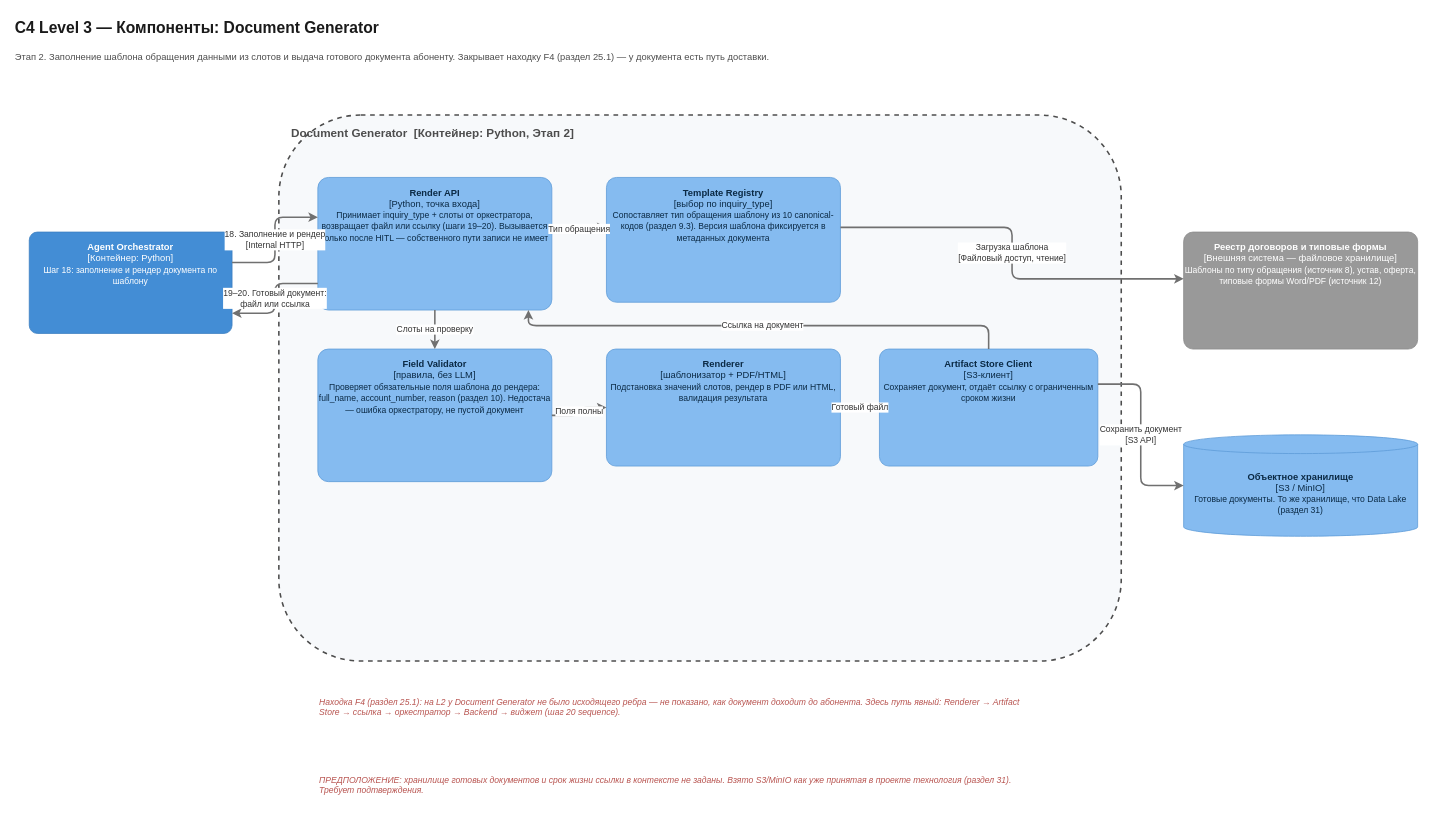
barinoff1989/vodokanal-assistant keeps this draw.io diagram as AI_docs/C3/C4_L3_DocGen.drawio. Above is the earlier version. Source tidied: cells renumbered, new cells numbered last; positions are measured from the earlier drawing's top-left corner, leaving out a move shared by most shapes. Both pictures are drawn from the tidied source at 78%, with x=0, y=0 at pixel (13, 13).
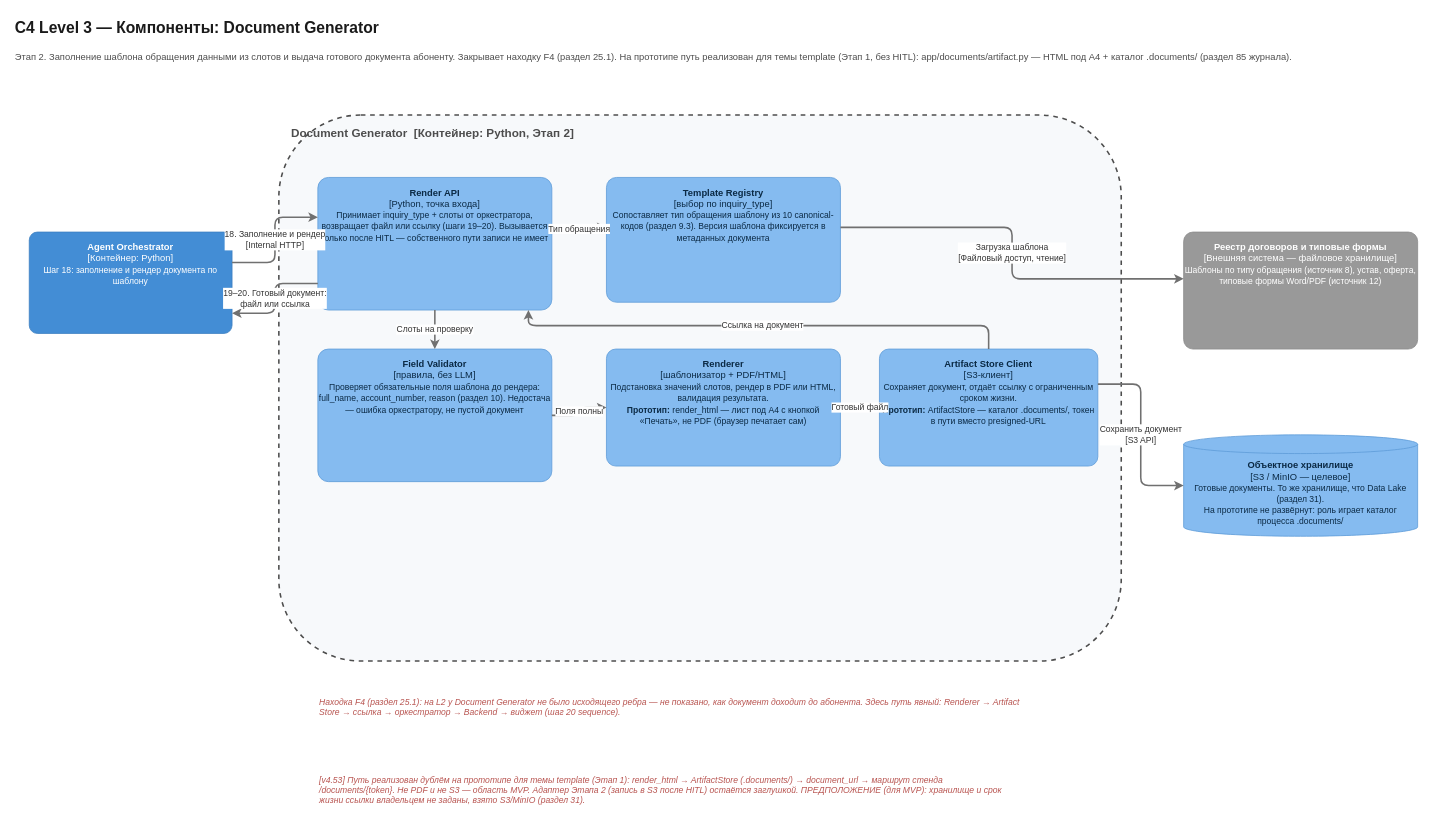
After the change.

Commit message (it also covers changes not shown here):
Диаграммы: Document Generator и Document Panel реализованы на прототипе

The edit, as a diff of the source:
```diff
@@
-    <mxCell id="3" value="Этап 2. Заполнение шаблона обращения данными из слотов и выдача готового документа абоненту. Закрывает находку F4 (раздел 25.1) — у документа есть путь доставки." style="text;html=1;align=left;verticalAlign=middle;fontSize=12;fontColor=#4D4D4D;whiteSpace=wrap;" parent="1" vertex="1">
+    <mxCell id="3" value="Этап 2. Заполнение шаблона обращения данными из слотов и выдача готового документа абоненту. Закрывает находку F4 (раздел 25.1). На прототипе путь реализован для темы template (Этап 1, без HITL): app/documents/artifact.py — HTML под A4 + каталог .documents/ (раздел 85 журнала)." style="text;html=1;align=left;verticalAlign=middle;fontSize=12;fontColor=#4D4D4D;whiteSpace=wrap;" parent="1" vertex="1">
       <mxGeometry y="36" width="1820" height="40" as="geometry" />
     </mxCell>
@@
-    <mxCell id="7" value="&lt;b&gt;Объектное хранилище&lt;/b&gt;&lt;br&gt;[S3 / MinIO]&lt;br&gt;&lt;font style=&quot;font-size:11px&quot;&gt;Готовые документы. То же хранилище, что Data Lake (раздел 31)&lt;/font&gt;" style="shape=cylinder3;whiteSpace=wrap;html=1;boundedLbl=1;backgroundOutline=1;size=12;fillColor=#85BBF0;strokeColor=#5D9BD8;fontColor=#0B2A45;fontSize=12;" parent="1" vertex="1">
+    <mxCell id="7" value="&lt;b&gt;Объектное хранилище&lt;/b&gt;&lt;br&gt;[S3 / MinIO — целевое]&lt;br&gt;&lt;font style=&quot;font-size:11px&quot;&gt;Готовые документы. То же хранилище, что Data Lake (раздел 31).&lt;br&gt;На прототипе не развёрнут: роль играет каталог процесса .documents/&lt;/font&gt;" style="shape=cylinder3;whiteSpace=wrap;html=1;boundedLbl=1;backgroundOutline=1;size=12;fillColor=#85BBF0;strokeColor=#5D9BD8;fontColor=#0B2A45;fontSize=12;" parent="1" vertex="1">
       <mxGeometry x="1500" y="540" width="300" height="130" as="geometry" />
     </mxCell>
@@
-    <mxCell id="11" value="&lt;b&gt;Renderer&lt;/b&gt;&lt;br&gt;[шаблонизатор + PDF/HTML]&lt;br&gt;&lt;font style=&quot;font-size:11px&quot;&gt;Подстановка значений слотов, рендер в PDF или HTML, валидация результата&lt;/font&gt;" style="rounded=1;whiteSpace=wrap;html=1;arcSize=8;fontSize=12;verticalAlign=top;spacingTop=6;fillColor=#85BBF0;strokeColor=#5D9BD8;fontColor=#0B2A45;" parent="1" vertex="1">
+    <mxCell id="11" value="&lt;b&gt;Renderer&lt;/b&gt;&lt;br&gt;[шаблонизатор + PDF/HTML]&lt;br&gt;&lt;font style=&quot;font-size:11px&quot;&gt;Подстановка значений слотов, рендер в PDF или HTML, валидация результата.&lt;br&gt;&lt;b&gt;Прототип:&lt;/b&gt; render_html — лист под A4 с кнопкой «Печать», не PDF (браузер печатает сам)&lt;/font&gt;" style="rounded=1;whiteSpace=wrap;html=1;arcSize=8;fontSize=12;verticalAlign=top;spacingTop=6;fillColor=#85BBF0;strokeColor=#5D9BD8;fontColor=#0B2A45;" parent="1" vertex="1">
       <mxGeometry x="760" y="430" width="300" height="150" as="geometry" />
     </mxCell>
-    <mxCell id="12" value="&lt;b&gt;Artifact Store Client&lt;/b&gt;&lt;br&gt;[S3-клиент]&lt;br&gt;&lt;font style=&quot;font-size:11px&quot;&gt;Сохраняет документ, отдаёт ссылку с ограниченным сроком жизни&lt;/font&gt;" style="rounded=1;whiteSpace=wrap;html=1;arcSize=8;fontSize=12;verticalAlign=top;spacingTop=6;fillColor=#85BBF0;strokeColor=#5D9BD8;fontColor=#0B2A45;" parent="1" vertex="1">
+    <mxCell id="12" value="&lt;b&gt;Artifact Store Client&lt;/b&gt;&lt;br&gt;[S3-клиент]&lt;br&gt;&lt;font style=&quot;font-size:11px&quot;&gt;Сохраняет документ, отдаёт ссылку с ограниченным сроком жизни.&lt;br&gt;&lt;b&gt;Прототип:&lt;/b&gt; ArtifactStore — каталог .documents/, токен в пути вместо presigned-URL&lt;/font&gt;" style="rounded=1;whiteSpace=wrap;html=1;arcSize=8;fontSize=12;verticalAlign=top;spacingTop=6;fillColor=#85BBF0;strokeColor=#5D9BD8;fontColor=#0B2A45;" parent="1" vertex="1">
       <mxGeometry x="1110" y="430" width="280" height="150" as="geometry" />
     </mxCell>
@@
-    <mxCell id="23" value="ПРЕДПОЛОЖЕНИЕ: хранилище готовых документов и срок жизни ссылки в контексте не заданы. Взято S3/MinIO как уже принятая в проекте технология (раздел 31). Требует подтверждения." style="text;html=1;align=left;verticalAlign=top;fontSize=11;fontStyle=2;fontColor=#B85450;whiteSpace=wrap;" parent="1" vertex="1">
+    <mxCell id="23" value="[v4.53] Путь реализован дублём на прототипе для темы template (Этап 1): render_html → ArtifactStore (.documents/) → document_url → маршрут стенда /documents/{token}. Не PDF и не S3 — область MVP. Адаптер Этапа 2 (запись в S3 после HITL) остаётся заглушкой. ПРЕДПОЛОЖЕНИЕ (для MVP): хранилище и срок жизни ссылки владельцем не заданы, взято S3/MinIO (раздел 31)." style="text;html=1;align=left;verticalAlign=top;fontSize=11;fontStyle=2;fontColor=#B85450;whiteSpace=wrap;" parent="1" vertex="1">
       <mxGeometry x="390" y="970" width="900" height="60" as="geometry" />
     </mxCell>
```
